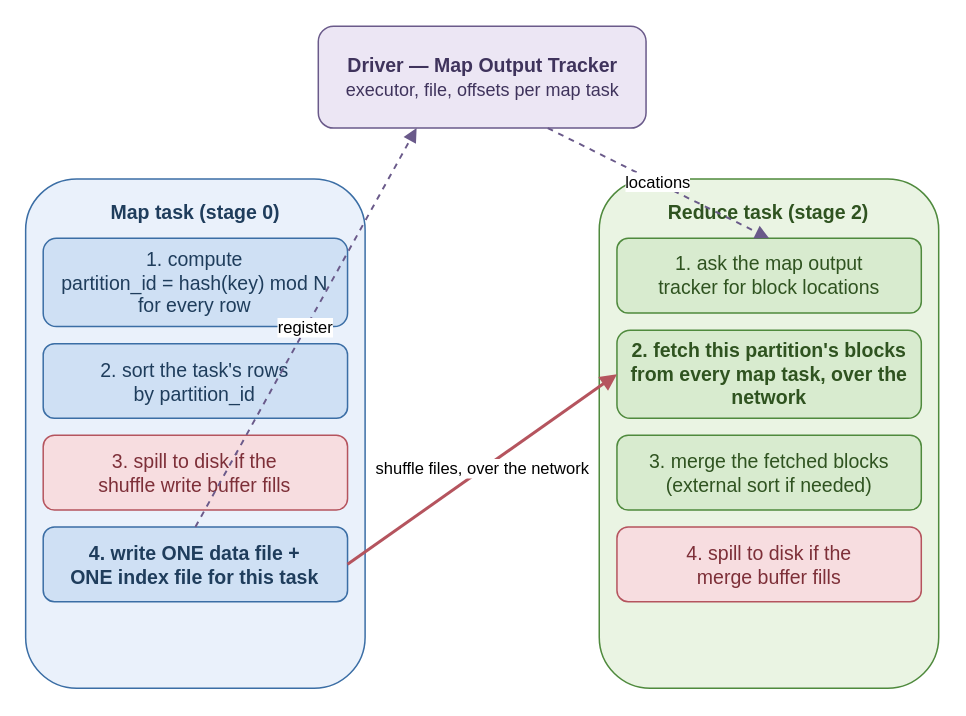
Before: book/figures/shuffle-write-read-path.drawio in AlanPhan04/spark-101-to-pro, a draw.io diagram. Source tidied: cells renumbered, new cells numbered last; positions are measured from the earlier drawing's top-left corner, leaving out a move shared by most shapes. Both pictures are drawn from the tidied source at 150%, with x=0, y=0 at pixel (26, 26).
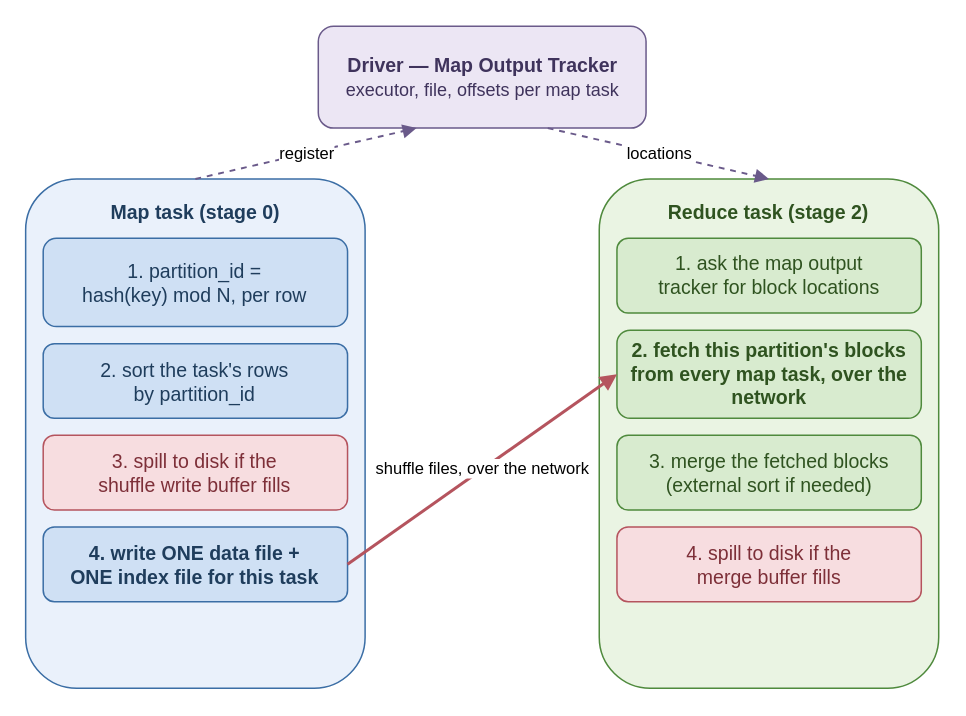
The same diagram, later.

Change to the diagram source:
```diff
@@
 <mxGraphModel>
   <root>
     <mxCell id="0" />
     <mxCell id="1" parent="0" />
     <mxCell id="2" value="&lt;b&gt;Driver &amp;#8212; Map Output Tracker&lt;/b&gt;&lt;br&gt;&lt;span style=&quot;font-size:12px&quot;&gt;executor, file, offsets per map task&lt;/span&gt;" style="rounded=1;whiteSpace=wrap;html=1;fillColor=#ece6f4;strokeColor=#6a5a8a;fontSize=13;fontColor=#3f335c;" parent="1" vertex="1">
       <mxGeometry x="194.7" width="218.5" height="67.9" as="geometry" />
     </mxCell>
     <mxCell id="3" value="&lt;b&gt;Map task (stage 0)&lt;/b&gt;" style="rounded=1;whiteSpace=wrap;html=1;fillColor=#eaf1fb;strokeColor=#3b6ea5;fontSize=13;fontColor=#1f3d5c;verticalAlign=top;spacingTop=8;" parent="1" vertex="1">
       <mxGeometry x="-0.4" y="101.8" width="226.3" height="339.5" as="geometry" />
     </mxCell>
-    <mxCell id="4" value="1. compute&#10;partition_id = hash(key) mod N&#10;for every row" style="rounded=1;whiteSpace=wrap;html=1;fillColor=#cfe0f4;strokeColor=#3b6ea5;fontSize=13;fontColor=#1f3d5c;" parent="1" vertex="1">
+    <mxCell id="4" value="1. partition_id =&#10;hash(key) mod N, per row" style="rounded=1;whiteSpace=wrap;html=1;fillColor=#cfe0f4;strokeColor=#3b6ea5;fontSize=13;fontColor=#1f3d5c;" parent="1" vertex="1">
       <mxGeometry x="11.3" y="141.4" width="202.9" height="58.8" as="geometry" />
     </mxCell>
     <mxCell id="5" value="2. sort the task's rows&#10;by partition_id" style="rounded=1;whiteSpace=wrap;html=1;fillColor=#cfe0f4;strokeColor=#3b6ea5;fontSize=13;fontColor=#1f3d5c;" parent="1" vertex="1">
       <mxGeometry x="11.3" y="211.6" width="202.9" height="49.8" as="geometry" />
     </mxCell>
     <mxCell id="6" value="3. spill to disk if the&#10;shuffle write buffer fills" style="rounded=1;whiteSpace=wrap;html=1;fillColor=#f7dde0;strokeColor=#b5545e;fontSize=13;fontColor=#7d2f38;" parent="1" vertex="1">
       <mxGeometry x="11.3" y="272.7" width="202.9" height="49.8" as="geometry" />
     </mxCell>
     <mxCell id="7" value="4. write ONE data file +&#10;ONE index file for this task" style="rounded=1;whiteSpace=wrap;html=1;fillColor=#cfe0f4;strokeColor=#3b6ea5;fontSize=13;fontColor=#1f3d5c;fontStyle=1;" parent="1" vertex="1">
       <mxGeometry x="11.3" y="333.8" width="202.9" height="49.8" as="geometry" />
     </mxCell>
     <mxCell id="8" value="&lt;b&gt;Reduce task (stage 2)&lt;/b&gt;" style="rounded=1;whiteSpace=wrap;html=1;fillColor=#eaf4e3;strokeColor=#4f8a3d;fontSize=13;fontColor=#2f5320;verticalAlign=top;spacingTop=8;" parent="1" vertex="1">
       <mxGeometry x="382" y="101.8" width="226.3" height="339.5" as="geometry" />
     </mxCell>
     <mxCell id="9" value="1. ask the map output&#10;tracker for block locations" style="rounded=1;whiteSpace=wrap;html=1;fillColor=#d8ebcf;strokeColor=#4f8a3d;fontSize=13;fontColor=#2f5320;" parent="1" vertex="1">
       <mxGeometry x="393.8" y="141.4" width="202.9" height="49.8" as="geometry" />
     </mxCell>
     <mxCell id="10" value="2. fetch this partition's blocks&#10;from every map task, over the network" style="rounded=1;whiteSpace=wrap;html=1;fillColor=#d8ebcf;strokeColor=#4f8a3d;fontSize=13;fontColor=#2f5320;fontStyle=1;" parent="1" vertex="1">
       <mxGeometry x="393.8" y="202.6" width="202.9" height="58.8" as="geometry" />
     </mxCell>
     <mxCell id="11" value="3. merge the fetched blocks&#10;(external sort if needed)" style="rounded=1;whiteSpace=wrap;html=1;fillColor=#d8ebcf;strokeColor=#4f8a3d;fontSize=13;fontColor=#2f5320;" parent="1" vertex="1">
       <mxGeometry x="393.8" y="272.7" width="202.9" height="49.8" as="geometry" />
     </mxCell>
     <mxCell id="12" value="4. spill to disk if the&#10;merge buffer fills" style="rounded=1;whiteSpace=wrap;html=1;fillColor=#f7dde0;strokeColor=#b5545e;fontSize=13;fontColor=#7d2f38;" parent="1" vertex="1">
       <mxGeometry x="393.8" y="333.8" width="202.9" height="49.8" as="geometry" />
     </mxCell>
-    <mxCell id="13" value="register" style="endArrow=block;html=1;dashed=1;strokeColor=#6a5a8a;strokeWidth=1.3;exitX=0.5;exitY=0;entryX=0.3;entryY=1;" parent="1" edge="1" source="7" target="2">
+    <mxCell id="13" value="register" style="endArrow=block;html=1;dashed=1;strokeColor=#6a5a8a;strokeWidth=1.3;exitX=0.5;exitY=0;entryX=0.3;entryY=1;" parent="1" edge="1" source="3" target="2">
       <mxGeometry relative="1" as="geometry" />
     </mxCell>
-    <mxCell id="14" value="locations" style="endArrow=block;html=1;dashed=1;strokeColor=#6a5a8a;strokeWidth=1.3;exitX=0.7;exitY=1;entryX=0.5;entryY=0;" parent="1" edge="1" source="2" target="9">
+    <mxCell id="14" value="locations" style="endArrow=block;html=1;dashed=1;strokeColor=#6a5a8a;strokeWidth=1.3;exitX=0.7;exitY=1;entryX=0.5;entryY=0;" parent="1" edge="1" source="2" target="8">
       <mxGeometry relative="1" as="geometry" />
     </mxCell>
     <mxCell id="15" value="shuffle files, over the network" style="endArrow=block;html=1;strokeColor=#b5545e;strokeWidth=2;exitX=1;exitY=0.5;entryX=0;entryY=0.5;" parent="1" edge="1" source="7" target="10">
       <mxGeometry relative="1" as="geometry" />
     </mxCell>
   </root>
 </mxGraphModel>
```
